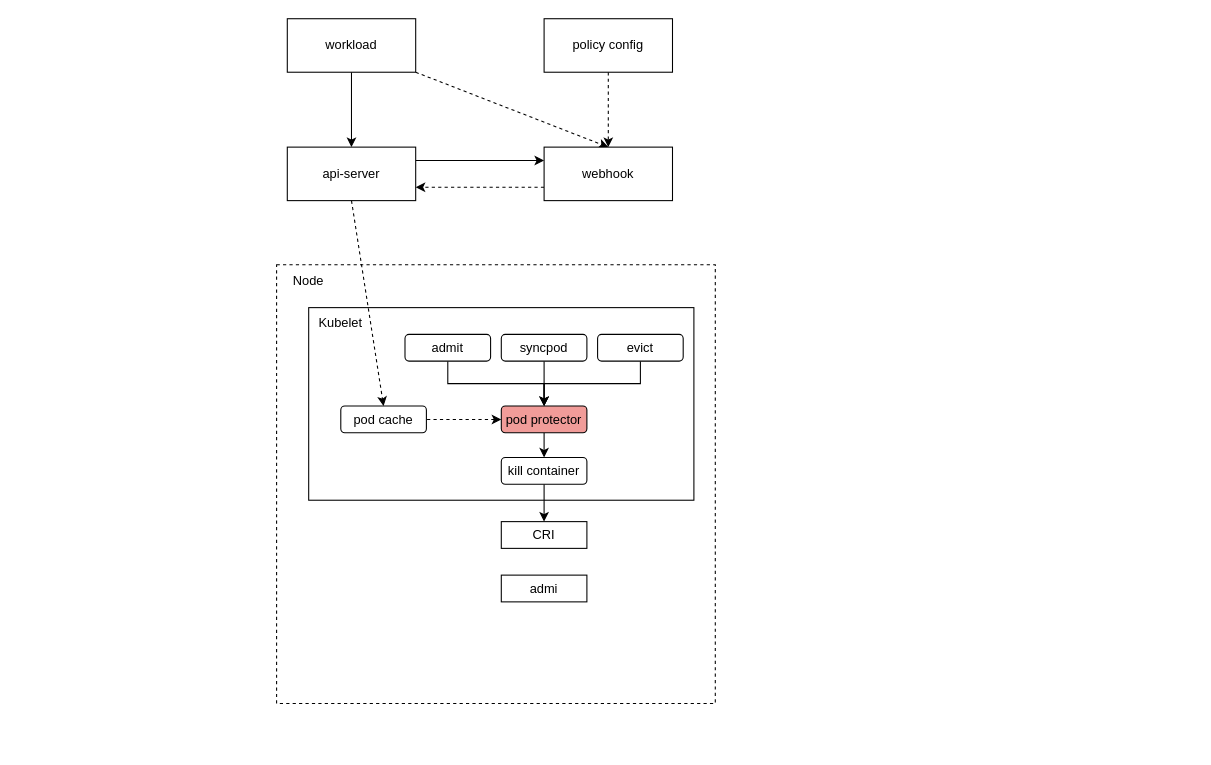
Earlier version of the draw.io diagram pod-keeper.drawio (payall4u/draw.io). Source tidied: cells renumbered, new cells numbered last; positions are measured from the earlier drawing's top-left corner, leaving out a move shared by most shapes. Both pictures are drawn from the tidied source at 107%, with x=0, y=0 at pixel (276, 18). Pictures stored in the file or linked from it are replaced by grey dashed boxes.
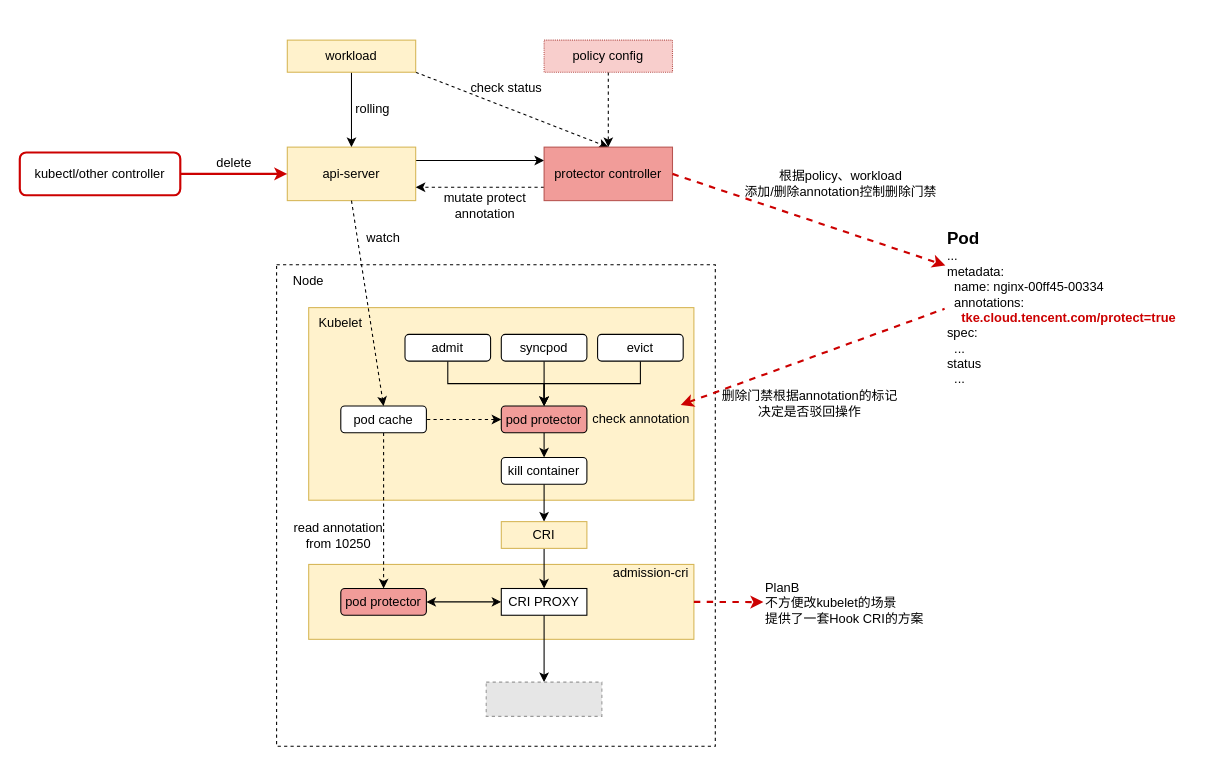
The same diagram, later.

The change refers to these unchanged cells:
```xml
<mxCell id="26" value="pod cache" style="rounded=1;whiteSpace=wrap;html=1;" parent="1" vertex="1">
  <mxGeometry x="60" y="362" width="80" height="25" as="geometry" />
</mxCell>
```

Diff of the diagram source:
```diff
@@
+    <mxCell id="11" style="rounded=0;whiteSpace=wrap;html=1;dashed=1;" parent="1" vertex="1">
+      <mxGeometry y="230" width="410" height="450" as="geometry" />
+    </mxCell>
+    <mxCell id="30" style="rounded=0;whiteSpace=wrap;html=1;fillColor=#fff2cc;strokeColor=#d6b656;" parent="1" vertex="1">
+      <mxGeometry x="30" y="510" width="360" height="70" as="geometry" />
+    </mxCell>
@@
-    <mxCell id="3" value="api-server" style="rounded=0;whiteSpace=wrap;html=1;" parent="1" vertex="1">
+    <mxCell id="3" value="api-server" style="rounded=0;whiteSpace=wrap;html=1;fillColor=#fff2cc;strokeColor=#d6b656;" parent="1" vertex="1">
       <mxGeometry x="10" y="120" width="120" height="50" as="geometry" />
     </mxCell>
@@
-    <mxCell id="6" value="workload" style="rounded=0;whiteSpace=wrap;html=1;" parent="1" vertex="1">
-      <mxGeometry x="10" width="120" height="50" as="geometry" />
+    <mxCell id="6" value="workload" style="rounded=0;whiteSpace=wrap;html=1;fillColor=#fff2cc;strokeColor=#d6b656;" parent="1" vertex="1">
+      <mxGeometry x="10" y="20" width="120" height="30" as="geometry" />
     </mxCell>
@@
-    <mxCell id="8" value="webhook" style="rounded=0;whiteSpace=wrap;html=1;" parent="1" vertex="1">
+    <mxCell id="8" value="protector controller" style="rounded=0;whiteSpace=wrap;html=1;fillColor=#F19C99;strokeColor=#b85450;" parent="1" vertex="1">
       <mxGeometry x="250" y="120" width="120" height="50" as="geometry" />
     </mxCell>
@@
-    <mxCell id="10" value="policy config" style="rounded=0;whiteSpace=wrap;html=1;" parent="1" vertex="1">
-      <mxGeometry x="250" width="120" height="50" as="geometry" />
+    <mxCell id="10" value="policy config" style="rounded=0;whiteSpace=wrap;html=1;dashed=1;dashPattern=1 1;fillColor=#f8cecc;strokeColor=#b85450;" parent="1" vertex="1">
+      <mxGeometry x="250" y="20" width="120" height="30" as="geometry" />
     </mxCell>
-    <mxCell id="11" style="rounded=0;whiteSpace=wrap;html=1;dashed=1;" parent="1" vertex="1">
-      <mxGeometry y="230" width="410" height="410" as="geometry" />
-    </mxCell>
@@
-    <mxCell id="13" style="rounded=0;whiteSpace=wrap;html=1;" parent="1" vertex="1">
+    <mxCell id="13" style="rounded=0;whiteSpace=wrap;html=1;fillColor=#fff2cc;strokeColor=#d6b656;" parent="1" vertex="1">
       <mxGeometry x="30" y="270" width="360" height="180" as="geometry" />
     </mxCell>
@@
+    <mxCell id="31" style="edgeStyle=orthogonalEdgeStyle;rounded=0;jettySize=auto;html=1;exitX=0.5;exitY=1;exitDx=0;exitDy=0;dashed=1;" parent="1" edge="1" source="26" target="35">
+      <mxGeometry relative="1" as="geometry" />
+    </mxCell>
@@
+    <mxCell id="32" style="edgeStyle=orthogonalEdgeStyle;rounded=0;jettySize=auto;html=1;exitX=0.5;exitY=1;exitDx=0;exitDy=0;entryX=0.5;entryY=0;entryDx=0;entryDy=0;" parent="1" edge="1" source="27" target="28">
+      <mxGeometry relative="1" as="geometry" />
+    </mxCell>
-    <mxCell id="27" value="CRI" style="rounded=0;whiteSpace=wrap;html=1;" parent="1" vertex="1">
+    <mxCell id="27" value="CRI" style="rounded=0;whiteSpace=wrap;html=1;fillColor=#fff2cc;strokeColor=#d6b656;" parent="1" vertex="1">
       <mxGeometry x="210" y="470" width="80" height="25" as="geometry" />
     </mxCell>
+    <mxCell id="33" style="edgeStyle=orthogonalEdgeStyle;rounded=0;jettySize=auto;html=1;exitX=0.5;exitY=1;exitDx=0;exitDy=0;" parent="1" edge="1" source="28" target="37">
+      <mxGeometry relative="1" as="geometry" />
+    </mxCell>
-    <mxCell id="28" value="admi" style="rounded=0;whiteSpace=wrap;html=1;" parent="1" vertex="1">
-      <mxGeometry x="210" y="520" width="80" height="25" as="geometry" />
+    <mxCell id="28" value="CRI PROXY" style="rounded=0;whiteSpace=wrap;html=1;" parent="1" vertex="1">
+      <mxGeometry x="210" y="532.5" width="80" height="25" as="geometry" />
     </mxCell>
@@
+    <mxCell id="34" style="edgeStyle=orthogonalEdgeStyle;rounded=0;jettySize=auto;html=1;exitX=1;exitY=0.5;exitDx=0;exitDy=0;startArrow=classic;startFill=1;" parent="1" edge="1" source="35" target="28">
+      <mxGeometry relative="1" as="geometry" />
+    </mxCell>
+    <mxCell id="35" value="pod protector" style="rounded=1;whiteSpace=wrap;html=1;fillColor=#F19C99;" parent="1" vertex="1">
+      <mxGeometry x="60" y="532.5" width="80" height="25" as="geometry" />
+    </mxCell>
+    <mxCell id="36" value="admission-cri" style="text;html=1;align=center;verticalAlign=middle;whiteSpace=wrap;rounded=0;" parent="1" vertex="1">
+      <mxGeometry x="310" y="502.5" width="80" height="30" as="geometry" />
+    </mxCell>
+    <mxCell id="37" style="fillColor=#E6E6E6;strokeColor=#999999;dashed=1;verticalLabelPosition=bottom;labelBackgroundColor=default;verticalAlign=top;" parent="1" vertex="1">
+      <mxGeometry x="195.9" y="620" width="108.1" height="32" as="geometry" />
+    </mxCell>
+    <mxCell id="38" value="read annotation from 10250" style="text;html=1;align=center;verticalAlign=middle;whiteSpace=wrap;rounded=0;" parent="1" vertex="1">
+      <mxGeometry x="13" y="467.5" width="90" height="30" as="geometry" />
+    </mxCell>
+    <mxCell id="39" style="edgeStyle=orthogonalEdgeStyle;rounded=0;jettySize=auto;html=1;exitX=1;exitY=0.5;exitDx=0;exitDy=0;entryX=0;entryY=0.5;entryDx=0;entryDy=0;strokeColor=#CC0000;strokeWidth=2;" parent="1" edge="1" source="40" target="3">
+      <mxGeometry relative="1" as="geometry" />
+    </mxCell>
+    <mxCell id="40" value="kubectl/other controller" style="rounded=1;whiteSpace=wrap;html=1;strokeColor=#CC0000;strokeWidth=2;" parent="1" vertex="1">
+      <mxGeometry x="-240" y="125" width="150" height="40" as="geometry" />
+    </mxCell>
+    <mxCell id="41" value="delete" style="text;html=1;align=center;verticalAlign=middle;strokeColor=none;fillColor=none;" parent="1" vertex="1">
+      <mxGeometry x="-70" y="120" width="60" height="30" as="geometry" />
+    </mxCell>
+    <mxCell id="42" value="watch" style="text;html=1;align=center;verticalAlign=middle;whiteSpace=wrap;rounded=0;" parent="1" vertex="1">
+      <mxGeometry x="70" y="190" width="60" height="30" as="geometry" />
+    </mxCell>
+    <mxCell id="43" value="rolling" style="text;html=1;align=center;verticalAlign=middle;whiteSpace=wrap;rounded=0;" parent="1" vertex="1">
+      <mxGeometry x="60" y="70" width="60" height="30" as="geometry" />
+    </mxCell>
+    <mxCell id="44" value="mutate protect annotation" style="text;html=1;align=center;verticalAlign=middle;whiteSpace=wrap;rounded=0;" parent="1" vertex="1">
+      <mxGeometry x="150" y="160" width="90" height="30" as="geometry" />
+    </mxCell>
+    <mxCell id="45" value="check status" style="text;html=1;align=center;verticalAlign=middle;whiteSpace=wrap;rounded=0;" parent="1" vertex="1">
+      <mxGeometry x="170" y="50" width="90" height="30" as="geometry" />
+    </mxCell>
+    <mxCell id="46" value="check annotation&amp;nbsp;" style="text;html=1;align=center;verticalAlign=middle;points=[];strokeColor=none;fillColor=none;" parent="1" vertex="1">
+      <mxGeometry x="286" y="361" width="112" height="26" as="geometry" />
+    </mxCell>
+    <mxCell id="47" value="&lt;font style=&quot;font-size: 16px;&quot;&gt;&lt;b&gt;Pod&lt;/b&gt;&lt;/font&gt;&lt;br&gt;...&lt;br&gt;metadata:&lt;br&gt;&amp;nbsp; name: nginx-00ff45-00334&lt;br&gt;&amp;nbsp; annotations:&lt;br&gt;&amp;nbsp; &amp;nbsp; &lt;font color=&quot;#cc0000&quot;&gt;&lt;b&gt;tke.cloud.tencent.com/protect=true&lt;/b&gt;&lt;/font&gt;&lt;br&gt;spec:&lt;br&gt;&amp;nbsp; ...&lt;br&gt;status&lt;br&gt;&amp;nbsp; ..." style="text;html=1;align=left;verticalAlign=middle;points=[];strokeColor=none;fillColor=none;" parent="1" vertex="1">
+      <mxGeometry x="625" y="189" width="232" height="161" as="geometry" />
+    </mxCell>
+    <mxCell id="48" style="endArrow=classic;html=1;rounded=0;exitX=1;exitY=0.5;exitDx=0;exitDy=0;dashed=1;strokeWidth=2;strokeColor=#CC0000;" parent="1" edge="1" source="8" target="47">
+      <mxGeometry relative="1" as="geometry" />
+    </mxCell>
+    <mxCell id="49" value="根据policy、workload&lt;br&gt;添加/删除annotation控制删除门禁" style="text;html=1;align=center;verticalAlign=middle;strokeColor=none;fillColor=none;" parent="1" vertex="1">
+      <mxGeometry x="428" y="133" width="197" height="41" as="geometry" />
+    </mxCell>
+    <mxCell id="50" style="endArrow=none;html=1;rounded=0;dashed=1;strokeWidth=2;strokeColor=#CC0000;entryX=-0.003;entryY=0.51;entryDx=0;entryDy=0;entryPerimeter=0;startArrow=classic;startFill=1;endFill=0;" parent="1" edge="1" source="46" target="47">
+      <mxGeometry relative="1" as="geometry" />
+    </mxCell>
+    <mxCell id="51" value="删除门禁根据annotation的标记&lt;br&gt;决定是否驳回操作" style="text;html=1;align=center;verticalAlign=middle;strokeColor=none;fillColor=none;" parent="1" vertex="1">
+      <mxGeometry x="407" y="339" width="182" height="41" as="geometry" />
+    </mxCell>
+    <mxCell id="52" style="endArrow=classic;html=1;rounded=0;dashed=1;strokeWidth=2;strokeColor=#CC0000;exitX=1;exitY=0.5;exitDx=0;exitDy=0;" parent="1" edge="1" source="30" target="53">
+      <mxGeometry relative="1" as="geometry" />
+    </mxCell>
+    <mxCell id="53" value="PlanB&lt;br&gt;不方便改kubelet的场景&lt;br&gt;提供了一套Hook CRI的方案" style="text;html=1;align=left;verticalAlign=middle;points=[];strokeColor=none;fillColor=none;" parent="1" vertex="1">
+      <mxGeometry x="455" y="518" width="166" height="55" as="geometry" />
+    </mxCell>
```
